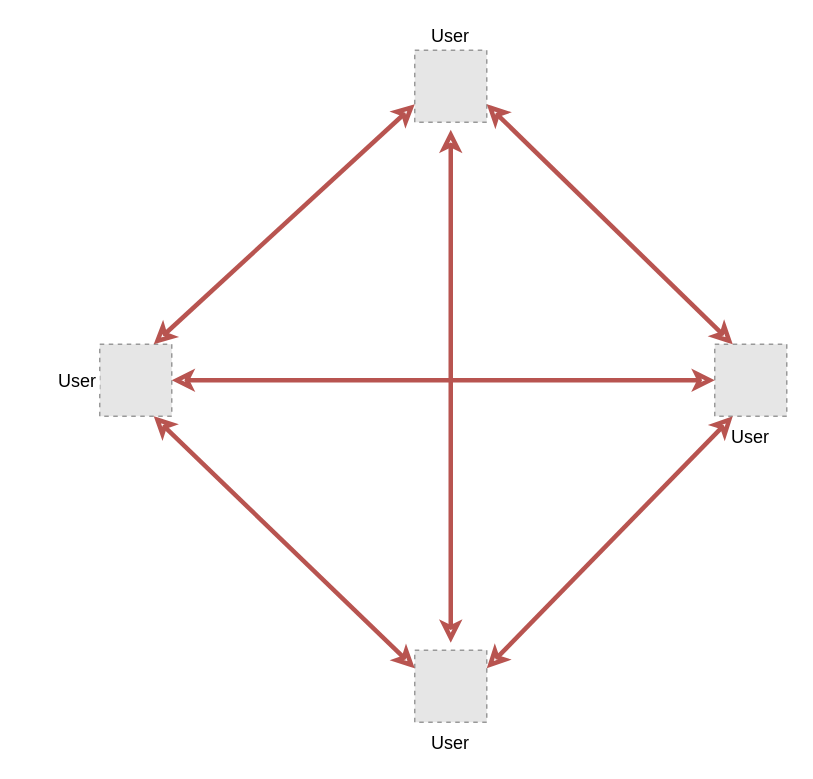
The draw.io diagram page "Mesh-Old" (2 of 7) of schéma/ArchiReseau.drawio in stephannicolas96/dossierPro, before the edit. Source tidied: cells renumbered, new cells numbered last; positions are measured from the earlier drawing's top-left corner, leaving out a move shared by most shapes. Both pictures are drawn from the tidied source at 150%, with x=0, y=0 at pixel (99, 50). Pictures stored in the file or linked from it are replaced by grey dashed boxes.
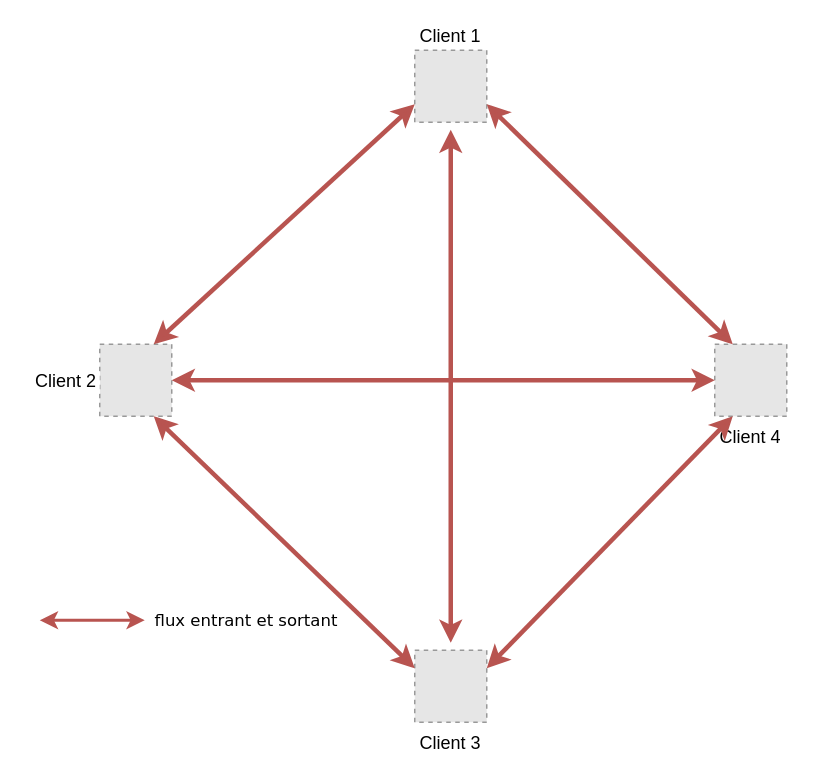
The same page after the edit.

What changed in the source:
```diff
@@
 <mxGraphModel>
   <root>
     <mxCell id="0" />
     <mxCell id="1" parent="0" />
-    <mxCell id="2" value="User" style="fillColor=#E6E6E6;strokeColor=#999999;dashed=1;verticalLabelPosition=middle;verticalAlign=middle;labelBackgroundColor=#ffffff;labelPosition=left;align=right;" parent="1" vertex="1">
+    <mxCell id="2" value="Client 2" style="fillColor=#E6E6E6;strokeColor=#999999;dashed=1;verticalLabelPosition=middle;verticalAlign=middle;labelBackgroundColor=#ffffff;labelPosition=left;align=right;" parent="1" vertex="1">
       <mxGeometry y="196" width="48" height="48" as="geometry" />
     </mxCell>
-    <mxCell id="3" value="User" style="fillColor=#E6E6E6;strokeColor=#999999;dashed=1;verticalLabelPosition=top;verticalAlign=bottom;labelBackgroundColor=#ffffff;labelPosition=center;align=center;" parent="1" vertex="1">
+    <mxCell id="3" value="Client 1" style="fillColor=#E6E6E6;strokeColor=#999999;dashed=1;verticalLabelPosition=top;verticalAlign=bottom;labelBackgroundColor=#ffffff;labelPosition=center;align=center;" parent="1" vertex="1">
       <mxGeometry x="210" width="48" height="48" as="geometry" />
     </mxCell>
-    <mxCell id="4" value="User" style="fillColor=#E6E6E6;strokeColor=#999999;dashed=1;verticalLabelPosition=bottom;verticalAlign=top;labelBackgroundColor=#ffffff;" parent="1" vertex="1">
+    <mxCell id="4" value="Client 3" style="fillColor=#E6E6E6;strokeColor=#999999;dashed=1;verticalLabelPosition=bottom;verticalAlign=top;labelBackgroundColor=#ffffff;" parent="1" vertex="1">
       <mxGeometry x="210" y="400" width="48" height="48" as="geometry" />
     </mxCell>
-    <mxCell id="5" style="rounded=0;jettySize=auto;html=1;sourcePerimeterSpacing=5;endArrow=classic;endFill=0;targetPerimeterSpacing=5;fillColor=#f8cecc;strokeColor=#B85450;strokeWidth=3;sketch=0;startArrow=classic;startFill=0;" parent="1" edge="1" source="4" target="3">
+    <mxCell id="5" style="rounded=0;jettySize=auto;html=1;sourcePerimeterSpacing=5;endArrow=classic;endFill=1;targetPerimeterSpacing=5;fillColor=#f8cecc;strokeColor=#B85450;strokeWidth=3;sketch=0;startArrow=classic;startFill=1;" parent="1" edge="1" source="4" target="3">
       <mxGeometry relative="1" as="geometry" />
     </mxCell>
-    <mxCell id="6" style="rounded=0;jettySize=auto;html=1;sourcePerimeterSpacing=5;endArrow=classic;endFill=0;targetPerimeterSpacing=5;fillColor=#f8cecc;strokeColor=#B85450;strokeWidth=3;sketch=0;startArrow=classic;startFill=0;entryX=0;entryY=0.75;entryDx=0;entryDy=0;exitX=0.75;exitY=0;exitDx=0;exitDy=0;" parent="1" edge="1" source="2" target="3">
+    <mxCell id="6" style="rounded=0;jettySize=auto;html=1;sourcePerimeterSpacing=5;endArrow=classic;endFill=1;targetPerimeterSpacing=5;fillColor=#f8cecc;strokeColor=#B85450;strokeWidth=3;sketch=0;startArrow=classic;startFill=1;entryX=0;entryY=0.75;entryDx=0;entryDy=0;exitX=0.75;exitY=0;exitDx=0;exitDy=0;" parent="1" edge="1" source="2" target="3">
       <mxGeometry relative="1" as="geometry" />
     </mxCell>
-    <mxCell id="7" style="rounded=0;jettySize=auto;html=1;sourcePerimeterSpacing=5;endArrow=classic;endFill=0;targetPerimeterSpacing=5;fillColor=#f8cecc;strokeColor=#B85450;strokeWidth=3;sketch=0;startArrow=classic;startFill=0;entryX=0;entryY=0.25;entryDx=0;entryDy=0;exitX=0.75;exitY=1;exitDx=0;exitDy=0;" parent="1" edge="1" source="2" target="4">
+    <mxCell id="7" style="rounded=0;jettySize=auto;html=1;sourcePerimeterSpacing=5;endArrow=classic;endFill=1;targetPerimeterSpacing=5;fillColor=#f8cecc;strokeColor=#B85450;strokeWidth=3;sketch=0;startArrow=classic;startFill=1;entryX=0;entryY=0.25;entryDx=0;entryDy=0;exitX=0.75;exitY=1;exitDx=0;exitDy=0;" parent="1" edge="1" source="2" target="4">
       <mxGeometry relative="1" as="geometry" />
     </mxCell>
-    <mxCell id="8" value="User" style="fillColor=#E6E6E6;strokeColor=#999999;dashed=1;verticalLabelPosition=bottom;verticalAlign=top;labelBackgroundColor=#ffffff;" parent="1" vertex="1">
+    <mxCell id="8" value="Client 4" style="fillColor=#E6E6E6;strokeColor=#999999;dashed=1;verticalLabelPosition=bottom;verticalAlign=top;labelBackgroundColor=#ffffff;" parent="1" vertex="1">
       <mxGeometry x="410" y="196" width="48" height="48" as="geometry" />
     </mxCell>
-    <mxCell id="9" style="rounded=0;jettySize=auto;html=1;sourcePerimeterSpacing=5;endArrow=classic;endFill=0;targetPerimeterSpacing=5;fillColor=#f8cecc;strokeColor=#B85450;strokeWidth=3;sketch=0;startArrow=classic;startFill=0;exitX=0.25;exitY=0;exitDx=0;exitDy=0;entryX=1;entryY=0.75;entryDx=0;entryDy=0;" parent="1" edge="1" source="8" target="3">
+    <mxCell id="9" style="rounded=0;jettySize=auto;html=1;sourcePerimeterSpacing=5;endArrow=classic;endFill=1;targetPerimeterSpacing=5;fillColor=#f8cecc;strokeColor=#B85450;strokeWidth=3;sketch=0;startArrow=classic;startFill=1;exitX=0.25;exitY=0;exitDx=0;exitDy=0;entryX=1;entryY=0.75;entryDx=0;entryDy=0;" parent="1" edge="1" source="8" target="3">
       <mxGeometry relative="1" as="geometry" />
     </mxCell>
-    <mxCell id="10" style="rounded=0;jettySize=auto;html=1;sourcePerimeterSpacing=5;endArrow=classic;endFill=0;targetPerimeterSpacing=5;fillColor=#f8cecc;strokeColor=#B85450;strokeWidth=3;sketch=0;startArrow=classic;startFill=0;exitX=0.25;exitY=1;exitDx=0;exitDy=0;entryX=1;entryY=0.25;entryDx=0;entryDy=0;" parent="1" edge="1" source="8" target="4">
+    <mxCell id="10" style="rounded=0;jettySize=auto;html=1;sourcePerimeterSpacing=5;endArrow=classic;endFill=1;targetPerimeterSpacing=5;fillColor=#f8cecc;strokeColor=#B85450;strokeWidth=3;sketch=0;startArrow=classic;startFill=1;exitX=0.25;exitY=1;exitDx=0;exitDy=0;entryX=1;entryY=0.25;entryDx=0;entryDy=0;" parent="1" edge="1" source="8" target="4">
       <mxGeometry relative="1" as="geometry" />
     </mxCell>
-    <mxCell id="11" style="rounded=0;jettySize=auto;html=1;sourcePerimeterSpacing=5;endArrow=classic;endFill=0;targetPerimeterSpacing=5;fillColor=#f8cecc;strokeColor=#B85450;strokeWidth=3;sketch=0;startArrow=classic;startFill=0;entryX=1;entryY=0.5;entryDx=0;entryDy=0;exitX=0;exitY=0.5;exitDx=0;exitDy=0;" parent="1" edge="1" source="8" target="2">
+    <mxCell id="11" style="rounded=0;jettySize=auto;html=1;sourcePerimeterSpacing=5;endArrow=classic;endFill=1;targetPerimeterSpacing=5;fillColor=#f8cecc;strokeColor=#B85450;strokeWidth=3;sketch=0;startArrow=classic;startFill=1;entryX=1;entryY=0.5;entryDx=0;entryDy=0;exitX=0;exitY=0.5;exitDx=0;exitDy=0;" parent="1" edge="1" source="8" target="2">
       <mxGeometry relative="1" as="geometry" />
     </mxCell>
     <mxCell id="12" style="edgeStyle=none;rounded=0;sketch=0;orthogonalLoop=1;jettySize=auto;html=1;entryX=0;entryY=0.5;entryDx=0;entryDy=0;startArrow=classic;startFill=0;endArrow=classic;endFill=0;targetPerimeterSpacing=5;strokeColor=#B85450;strokeWidth=2;" parent="1" edge="1" source="8" target="8">
       <mxGeometry relative="1" as="geometry" />
     </mxCell>
+    <mxCell id="13" value="flux entrant et sortant" style="edgeStyle=none;rounded=0;orthogonalLoop=1;jettySize=auto;html=1;sourcePerimeterSpacing=5;endArrow=classic;endFill=1;targetPerimeterSpacing=5;fillColor=#f8cecc;strokeColor=#b85450;startArrow=classic;startFill=1;strokeWidth=2;fontFamily=Verdana;labelPosition=right;verticalLabelPosition=middle;align=left;verticalAlign=middle;spacingRight=0;spacingLeft=40;" parent="1" edge="1">
+      <mxGeometry relative="1" as="geometry">
+        <mxPoint x="-40" y="380" as="sourcePoint" />
+        <mxPoint x="30" y="380" as="targetPoint" />
+      </mxGeometry>
+    </mxCell>
   </root>
 </mxGraphModel>
```
